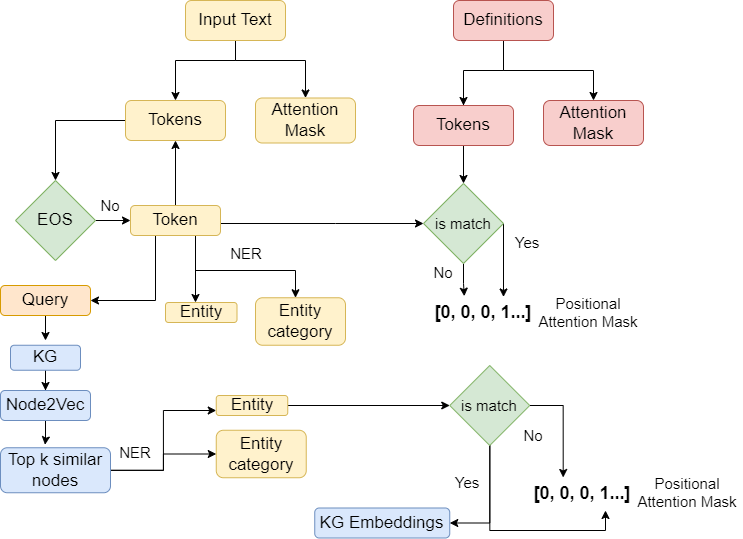
Above: Dataloader.drawio.png in yoviny/DrawIO (draw.io), before the change. Source tidied: cells renumbered, new cells last; positions are measured from the earlier drawing's top-left corner, leaving out a move shared by most shapes.
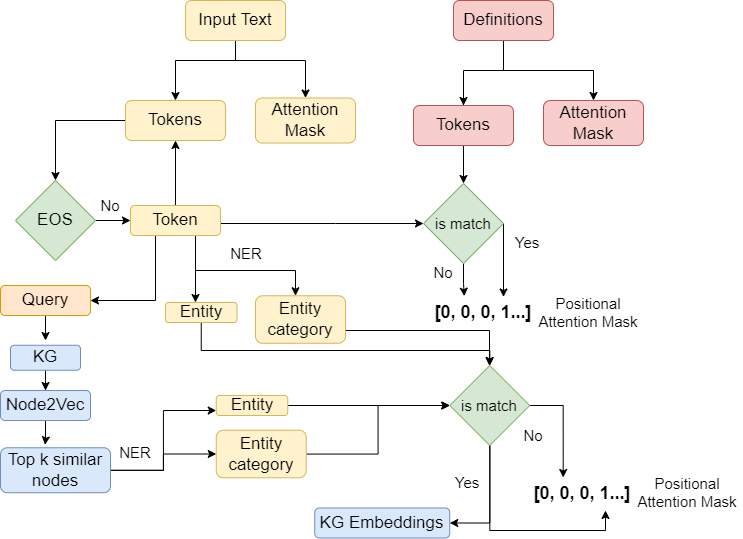
After the change.

The edit, as a diff of the source:
```diff
@@ -182,9 +182,24 @@
     <mxCell id="42" value="is match" style="rhombus;whiteSpace=wrap;html=1;fontSize=15;fillColor=#d5e8d4;strokeColor=#82b366;" parent="1" vertex="1">
       <mxGeometry x="449.2" y="365" width="80" height="80" as="geometry" />
     </mxCell>
+    <mxCell id="55" style="edgeStyle=orthogonalEdgeStyle;rounded=0;jettySize=auto;html=1;fontSize=17;" parent="1" edge="1" source="43" target="42">
+      <mxGeometry relative="1" as="geometry">
+        <Array as="points">
+          <mxPoint x="489" y="330" />
+        </Array>
+      </mxGeometry>
+    </mxCell>
     <mxCell id="43" value="&lt;font style=&quot;font-size: 17px;&quot;&gt;Entity category&lt;/font&gt;" style="rounded=1;whiteSpace=wrap;html=1;fillColor=#fff2cc;strokeColor=#d6b656;" parent="1" vertex="1">
-      <mxGeometry x="255" y="297.2" width="90" height="47.5" as="geometry" />
+      <mxGeometry x="255" y="295.2" width="90" height="47.5" as="geometry" />
     </mxCell>
+    <mxCell id="56" style="edgeStyle=orthogonalEdgeStyle;rounded=0;jettySize=auto;html=1;entryX=0.5;entryY=0;entryDx=0;entryDy=0;fontSize=17;" parent="1" edge="1" source="44" target="42">
+      <mxGeometry relative="1" as="geometry">
+        <Array as="points">
+          <mxPoint x="201" y="350" />
+          <mxPoint x="489" y="350" />
+        </Array>
+      </mxGeometry>
+    </mxCell>
     <mxCell id="44" value="&lt;span style=&quot;font-size: 17px;&quot;&gt;Entity&lt;/span&gt;" style="rounded=1;whiteSpace=wrap;html=1;fillColor=#fff2cc;strokeColor=#d6b656;" parent="1" vertex="1">
       <mxGeometry x="165" y="302" width="71.5" height="20" as="geometry" />
     </mxCell>
@@ -209,6 +224,9 @@
     <mxCell id="51" value="&lt;span style=&quot;font-size: 17px;&quot;&gt;Entity&lt;/span&gt;" style="rounded=1;whiteSpace=wrap;html=1;fillColor=#fff2cc;strokeColor=#d6b656;" parent="1" vertex="1">
       <mxGeometry x="215.8" y="395" width="71.5" height="20" as="geometry" />
     </mxCell>
+    <mxCell id="57" style="edgeStyle=orthogonalEdgeStyle;rounded=0;jettySize=auto;html=1;fontSize=17;entryX=0;entryY=0.5;entryDx=0;entryDy=0;" parent="1" edge="1" source="52" target="42">
+      <mxGeometry relative="1" as="geometry" />
+    </mxCell>
     <mxCell id="52" value="&lt;font style=&quot;font-size: 17px;&quot;&gt;Entity category&lt;/font&gt;" style="rounded=1;whiteSpace=wrap;html=1;fillColor=#fff2cc;strokeColor=#d6b656;" parent="1" vertex="1">
       <mxGeometry x="215.8" y="429.8" width="90" height="47.5" as="geometry" />
     </mxCell>
```
